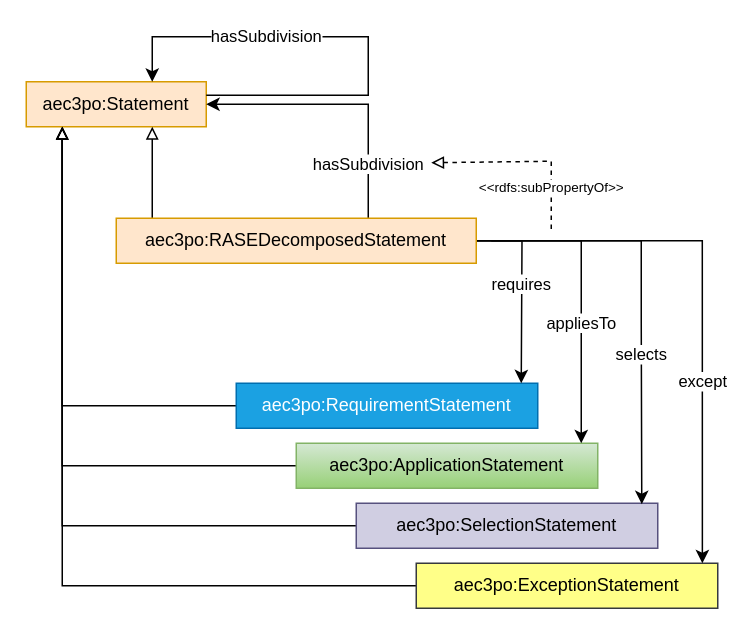
This is page "rase_statement" (13 of 47) of src/aec3po.drawio from Accord-Project/aec3po, a draw.io file, before an edit. Source tidied: cells renumbered, new cells numbered last; positions are measured from the earlier drawing's top-left corner, leaving out a move shared by most shapes. Both pictures are drawn from the tidied source at 150%, with x=0, y=0 at pixel (26, 36).
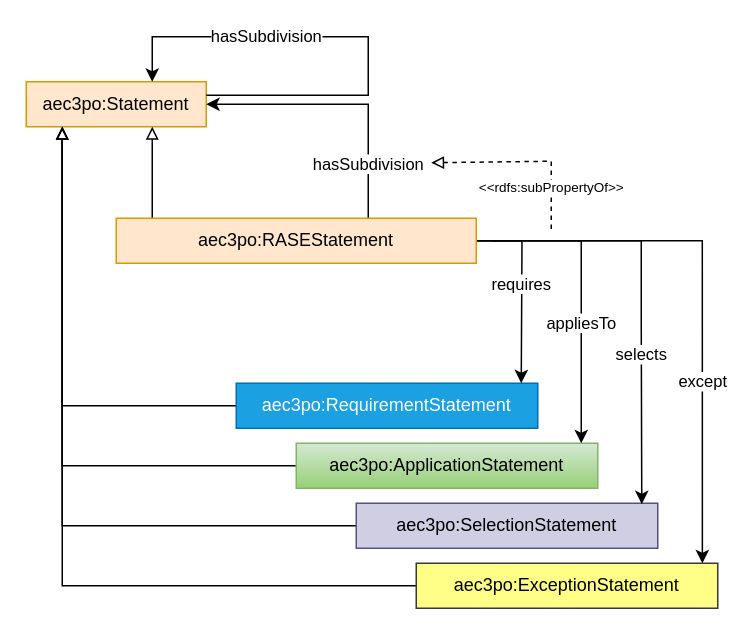
After the change.

Change to the diagram source:
```diff
@@
-    <mxCell id="17" value="aec3po:RASEDecomposedStatement" style="rounded=0;whiteSpace=wrap;html=1;snapToPoint=1;points=[[0.1,0],[0.2,0],[0.3,0],[0.4,0],[0.5,0],[0.6,0],[0.7,0],[0.8,0],[0.9,0],[0,0.1],[0,0.3],[0,0.5],[0,0.7],[0,0.9],[0.1,1],[0.2,1],[0.3,1],[0.4,1],[0.5,1],[0.6,1],[0.7,1],[0.8,1],[0.9,1],[1,0.1],[1,0.3],[1,0.5],[1,0.7],[1,0.9]];fillColor=#ffe6cc;strokeColor=#d79b00;" parent="1" vertex="1">
+    <mxCell id="17" value="aec3po:RASEStatement" style="rounded=0;whiteSpace=wrap;html=1;snapToPoint=1;points=[[0.1,0],[0.2,0],[0.3,0],[0.4,0],[0.5,0],[0.6,0],[0.7,0],[0.8,0],[0.9,0],[0,0.1],[0,0.3],[0,0.5],[0,0.7],[0,0.9],[0.1,1],[0.2,1],[0.3,1],[0.4,1],[0.5,1],[0.6,1],[0.7,1],[0.8,1],[0.9,1],[1,0.1],[1,0.3],[1,0.5],[1,0.7],[1,0.9]];fillColor=#ffe6cc;strokeColor=#d79b00;" parent="1" vertex="1">
       <mxGeometry x="60" y="121" width="240" height="30" as="geometry" />
     </mxCell>
```
